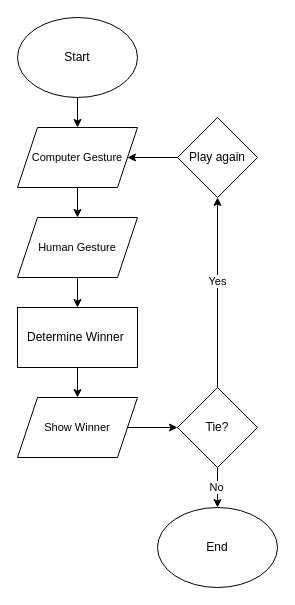
RadEngChas/Diagrams keeps this draw.io diagram as WkShop3Ex1.drawio. Above is the earlier version. Source tidied: cells renumbered, new cells numbered last; positions are measured from the earlier drawing's top-left corner, leaving out a move shared by most shapes. Both pictures are drawn from the tidied source at 100%, with x=0, y=0 at pixel (17, 17).
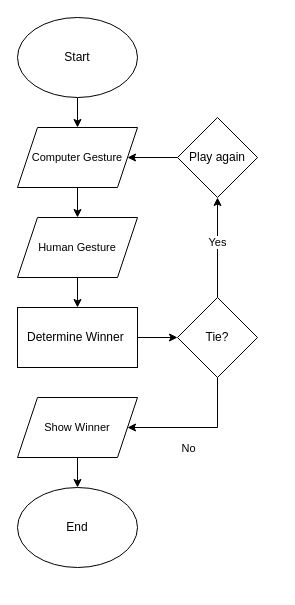
The same page after the edit.

The change refers to these unchanged cells:
```xml
<mxCell id="10" value="Determine Winner&amp;nbsp;" style="rounded=0;whiteSpace=wrap;html=1;" parent="1" vertex="1">
  <mxGeometry y="290" width="120" height="60" as="geometry" />
</mxCell>
<mxCell id="17" value="&lt;font style=&quot;font-size: 11px;&quot;&gt;Show Winner&lt;/font&gt;" style="shape=parallelogram;perimeter=parallelogramPerimeter;whiteSpace=wrap;html=1;fixedSize=1;" parent="1" vertex="1">
  <mxGeometry y="380" width="120" height="60" as="geometry" />
</mxCell>
```

Change to the diagram source:
```diff
@@
     <mxCell id="4" value="End" style="ellipse;whiteSpace=wrap;html=1;" parent="1" vertex="1">
-      <mxGeometry x="140" y="490" width="120" height="80" as="geometry" />
+      <mxGeometry y="470" width="120" height="80" as="geometry" />
     </mxCell>
@@
-    <mxCell id="9" style="edgeStyle=orthogonalEdgeStyle;rounded=0;jettySize=auto;html=1;" parent="1" edge="1" source="10" target="17">
-      <mxGeometry relative="1" as="geometry" />
-    </mxCell>
+    <mxCell id="20" style="edgeStyle=orthogonalEdgeStyle;rounded=0;jettySize=auto;html=1;" parent="1" edge="1" source="10" target="15">
+      <mxGeometry relative="1" as="geometry" />
+    </mxCell>
@@
-    <mxCell id="13" style="edgeStyle=orthogonalEdgeStyle;rounded=0;jettySize=auto;html=1;" parent="1" edge="1" source="15" target="4">
-      <mxGeometry relative="1" as="geometry" />
+    <mxCell id="13" style="edgeStyle=orthogonalEdgeStyle;rounded=0;jettySize=auto;html=1;entryX=1;entryY=0.5;entryDx=0;entryDy=0;" parent="1" edge="1" source="15" target="17">
+      <mxGeometry relative="1" as="geometry">
+        <Array as="points">
+          <mxPoint x="200" y="410" />
+        </Array>
+      </mxGeometry>
     </mxCell>
     <mxCell id="14" value="No" style="edgeLabel;html=1;align=center;verticalAlign=middle;" parent="13" vertex="1">
-      <mxGeometry x="-0.04" y="-2" relative="1" as="geometry" />
+      <mxGeometry x="-0.04" y="-2" relative="1" as="geometry">
+        <mxPoint x="-13" y="22" as="offset" />
+      </mxGeometry>
     </mxCell>
     <mxCell id="15" value="Tie?" style="rhombus;whiteSpace=wrap;html=1;" parent="1" vertex="1">
-      <mxGeometry x="160" y="370" width="80" height="80" as="geometry" />
+      <mxGeometry x="160" y="280" width="80" height="80" as="geometry" />
     </mxCell>
-    <mxCell id="16" style="edgeStyle=orthogonalEdgeStyle;rounded=0;jettySize=auto;html=1;" parent="1" edge="1" source="17" target="15">
-      <mxGeometry relative="1" as="geometry" />
-    </mxCell>
+    <mxCell id="21" style="edgeStyle=orthogonalEdgeStyle;rounded=0;jettySize=auto;html=1;" parent="1" edge="1" source="17" target="4">
+      <mxGeometry relative="1" as="geometry" />
+    </mxCell>
```
